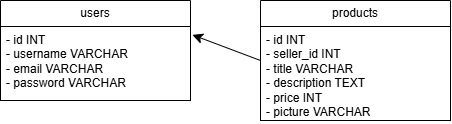
Above: kepek/tablakUML.png in molnarbea/GyakorlasADolgozatra (draw.io), before the change. Source tidied: cells renumbered, new cells last; positions are measured from the earlier drawing's top-left corner, leaving out a move shared by most shapes. Its diagram source:
```xml
<mxGraphModel background="light-dark(#FFFFFF,#FFFFFF)">
  <root>
    <mxCell id="0" />
    <mxCell id="1" parent="0" />
    <mxCell id="2" value="users" style="swimlane;fontStyle=0;horizontal=1;startSize=26;fillColor=light-dark(#FFFFFF,#FFFFFF);whiteSpace=wrap;html=1;fontColor=light-dark(#000000,#000000);strokeColor=light-dark(#000000,#000000);" parent="1" vertex="1">
      <mxGeometry width="190" height="100" as="geometry" />
    </mxCell>
    <mxCell id="3" value="- id INT&lt;div&gt;- username VARCHAR&lt;/div&gt;&lt;div&gt;- email VARCHAR&lt;/div&gt;&lt;div&gt;- password VARCHAR&lt;/div&gt;" style="text;strokeColor=light-dark(#000000,#000000);fillColor=light-dark(transparent,#FFFFFF);align=left;verticalAlign=top;spacingLeft=4;spacingRight=4;overflow=hidden;points=[[0,0.5],[1,0.5]];portConstraint=eastwest;whiteSpace=wrap;html=1;fontColor=light-dark(#000000,#000000);" parent="2" vertex="1">
      <mxGeometry y="26" width="190" height="74" as="geometry" />
    </mxCell>
    <mxCell id="4" value="products" style="swimlane;fontStyle=0;horizontal=1;startSize=26;fillColor=light-dark(#FFFFFF,#FFFFFF);whiteSpace=wrap;html=1;fontColor=light-dark(#000000,#000000);strokeColor=light-dark(#000000,#000000);" parent="1" vertex="1">
      <mxGeometry x="260" width="190" height="120" as="geometry" />
    </mxCell>
    <mxCell id="5" value="- id INT&lt;div&gt;- seller_id INT&lt;/div&gt;&lt;div&gt;- title VARCHAR&lt;/div&gt;&lt;div&gt;- description TEXT&lt;/div&gt;&lt;div&gt;- price INT&lt;/div&gt;&lt;div&gt;- picture&amp;nbsp;&lt;span style=&quot;background-color: transparent;&quot;&gt;VARCHAR&lt;/span&gt;&lt;/div&gt;" style="text;strokeColor=light-dark(#000000,#000000);fillColor=light-dark(transparent,#FFFFFF);align=left;verticalAlign=top;spacingLeft=4;spacingRight=4;overflow=hidden;whiteSpace=wrap;html=1;fontColor=light-dark(#000000,#000000);" parent="4" vertex="1">
      <mxGeometry y="26" width="190" height="94" as="geometry" />
    </mxCell>
    <mxCell id="6" style="edgeStyle=none;curved=1;rounded=0;curveGeometry=1;jettySize=auto;html=1;entryX=1.01;entryY=0.113;entryDx=0;entryDy=0;entryPerimeter=0;fontSize=12;defaultLabelBackgroundColor=page;labelPadding=0 4;startSize=8;endSize=8;exitX=0;exitY=0.5;exitDx=0;exitDy=0;strokeColor=light-dark(#000000,#000000);" parent="1" edge="1" source="4" target="3">
      <mxGeometry relative="1" as="geometry" />
    </mxCell>
  </root>
</mxGraphModel>
```
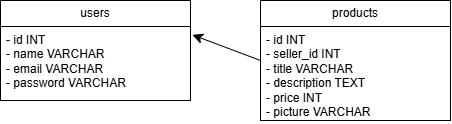
Later version of the same file.

Diff of the diagram source:
```diff
@@ -5,7 +5,7 @@
     <mxCell id="2" value="users" style="swimlane;fontStyle=0;horizontal=1;startSize=26;fillColor=light-dark(#FFFFFF,#FFFFFF);whiteSpace=wrap;html=1;fontColor=light-dark(#000000,#000000);strokeColor=light-dark(#000000,#000000);" parent="1" vertex="1">
       <mxGeometry width="190" height="100" as="geometry" />
     </mxCell>
-    <mxCell id="3" value="- id INT&lt;div&gt;- username VARCHAR&lt;/div&gt;&lt;div&gt;- email VARCHAR&lt;/div&gt;&lt;div&gt;- password VARCHAR&lt;/div&gt;" style="text;strokeColor=light-dark(#000000,#000000);fillColor=light-dark(transparent,#FFFFFF);align=left;verticalAlign=top;spacingLeft=4;spacingRight=4;overflow=hidden;points=[[0,0.5],[1,0.5]];portConstraint=eastwest;whiteSpace=wrap;html=1;fontColor=light-dark(#000000,#000000);" parent="2" vertex="1">
+    <mxCell id="3" value="- id INT&lt;div&gt;- name VARCHAR&lt;/div&gt;&lt;div&gt;- email VARCHAR&lt;/div&gt;&lt;div&gt;- password VARCHAR&lt;/div&gt;" style="text;strokeColor=light-dark(#000000,#000000);fillColor=light-dark(transparent,#FFFFFF);align=left;verticalAlign=top;spacingLeft=4;spacingRight=4;overflow=hidden;points=[[0,0.5],[1,0.5]];portConstraint=eastwest;whiteSpace=wrap;html=1;fontColor=light-dark(#000000,#000000);" parent="2" vertex="1">
       <mxGeometry y="26" width="190" height="74" as="geometry" />
     </mxCell>
     <mxCell id="4" value="products" style="swimlane;fontStyle=0;horizontal=1;startSize=26;fillColor=light-dark(#FFFFFF,#FFFFFF);whiteSpace=wrap;html=1;fontColor=light-dark(#000000,#000000);strokeColor=light-dark(#000000,#000000);" parent="1" vertex="1">
```
